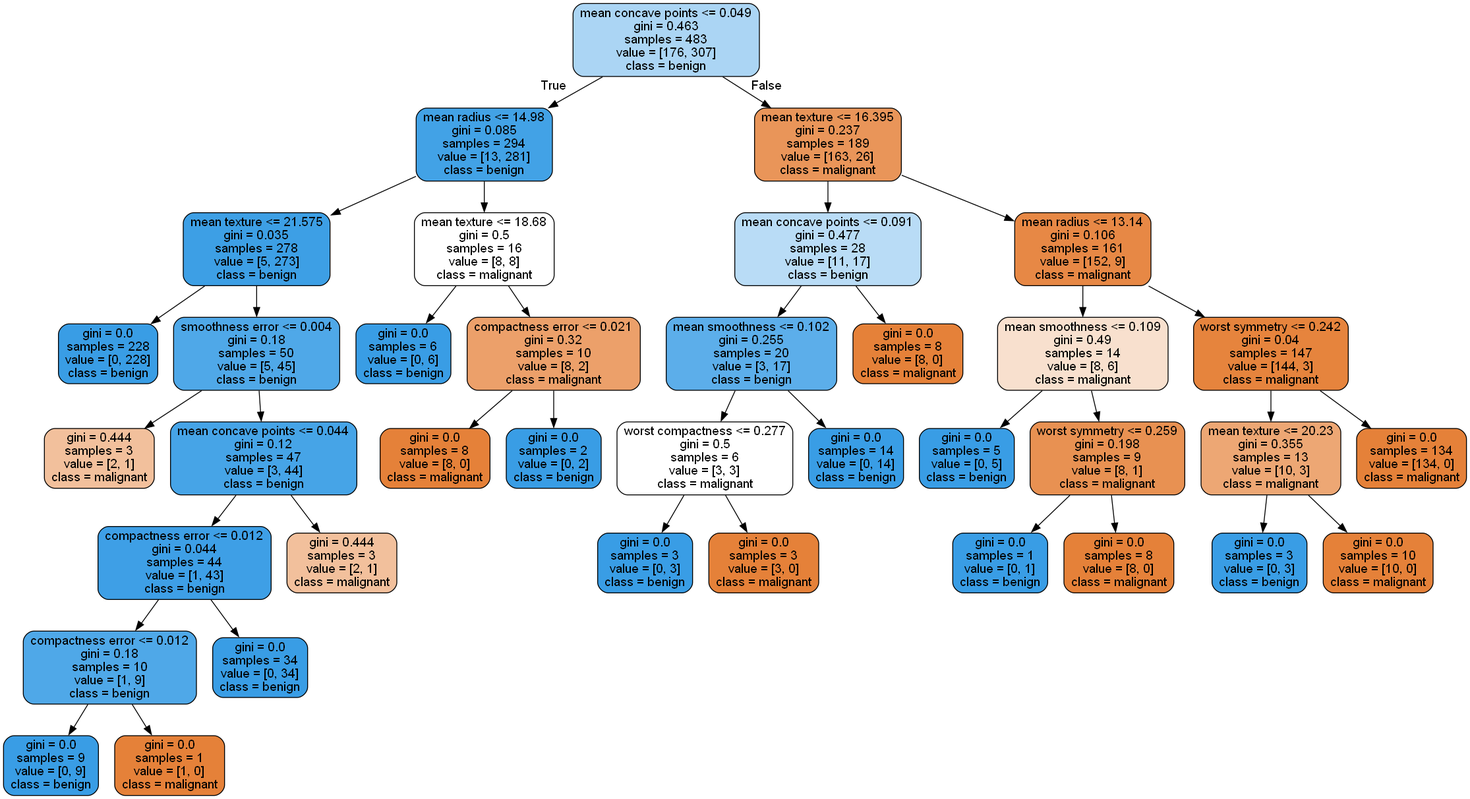
ellenxxxiao/images keeps this Graphviz diagram as tree_min_samples_split_5.png. Above is the earlier version. Its source is kept beside it as tree_min_samples_split_5.dot. Its diagram source:
```dot
digraph Tree {
node [shape=box, style="filled, rounded", color="black", fontname="helvetica"] ;
edge [fontname="helvetica"] ;
0 [label="mean concave points <= 0.049\ngini = 0.463\nsamples = 483\nvalue = [176, 307]\nclass = benign", fillcolor="#abd5f4"] ;
1 [label="mean radius <= 14.98\ngini = 0.085\nsamples = 294\nvalue = [13, 281]\nclass = benign", fillcolor="#42a2e6"] ;
0 -> 1 [labeldistance=2.5, labelangle=45, headlabel="True"] ;
2 [label="mean texture <= 21.575\ngini = 0.035\nsamples = 278\nvalue = [5, 273]\nclass = benign", fillcolor="#3d9fe5"] ;
1 -> 2 ;
3 [label="gini = 0.0\nsamples = 228\nvalue = [0, 228]\nclass = benign", fillcolor="#399de5"] ;
2 -> 3 ;
4 [label="smoothness error <= 0.004\ngini = 0.18\nsamples = 50\nvalue = [5, 45]\nclass = benign", fillcolor="#4fa8e8"] ;
2 -> 4 ;
5 [label="gini = 0.444\nsamples = 3\nvalue = [2, 1]\nclass = malignant", fillcolor="#f2c09c"] ;
4 -> 5 ;
6 [label="mean concave points <= 0.044\ngini = 0.12\nsamples = 47\nvalue = [3, 44]\nclass = benign", fillcolor="#46a4e7"] ;
4 -> 6 ;
7 [label="compactness error <= 0.012\ngini = 0.044\nsamples = 44\nvalue = [1, 43]\nclass = benign", fillcolor="#3e9fe6"] ;
6 -> 7 ;
8 [label="compactness error <= 0.012\ngini = 0.18\nsamples = 10\nvalue = [1, 9]\nclass = benign", fillcolor="#4fa8e8"] ;
7 -> 8 ;
9 [label="gini = 0.0\nsamples = 9\nvalue = [0, 9]\nclass = benign", fillcolor="#399de5"] ;
8 -> 9 ;
10 [label="gini = 0.0\nsamples = 1\nvalue = [1, 0]\nclass = malignant", fillcolor="#e58139"] ;
8 -> 10 ;
11 [label="gini = 0.0\nsamples = 34\nvalue = [0, 34]\nclass = benign", fillcolor="#399de5"] ;
7 -> 11 ;
12 [label="gini = 0.444\nsamples = 3\nvalue = [2, 1]\nclass = malignant", fillcolor="#f2c09c"] ;
6 -> 12 ;
13 [label="mean texture <= 18.68\ngini = 0.5\nsamples = 16\nvalue = [8, 8]\nclass = malignant", fillcolor="#ffffff"] ;
1 -> 13 ;
14 [label="gini = 0.0\nsamples = 6\nvalue = [0, 6]\nclass = benign", fillcolor="#399de5"] ;
13 -> 14 ;
15 [label="compactness error <= 0.021\ngini = 0.32\nsamples = 10\nvalue = [8, 2]\nclass = malignant", fillcolor="#eca06a"] ;
13 -> 15 ;
16 [label="gini = 0.0\nsamples = 8\nvalue = [8, 0]\nclass = malignant", fillcolor="#e58139"] ;
15 -> 16 ;
17 [label="gini = 0.0\nsamples = 2\nvalue = [0, 2]\nclass = benign", fillcolor="#399de5"] ;
15 -> 17 ;
18 [label="mean texture <= 16.395\ngini = 0.237\nsamples = 189\nvalue = [163, 26]\nclass = malignant", fillcolor="#e99559"] ;
0 -> 18 [labeldistance=2.5, labelangle=-45, headlabel="False"] ;
19 [label="mean concave points <= 0.091\ngini = 0.477\nsamples = 28\nvalue = [11, 17]\nclass = benign", fillcolor="#b9dcf6"] ;
18 -> 19 ;
20 [label="mean smoothness <= 0.102\ngini = 0.255\nsamples = 20\nvalue = [3, 17]\nclass = benign", fillcolor="#5caeea"] ;
19 -> 20 ;
21 [label="worst compactness <= 0.277\ngini = 0.5\nsamples = 6\nvalue = [3, 3]\nclass = malignant", fillcolor="#ffffff"] ;
20 -> 21 ;
22 [label="gini = 0.0\nsamples = 3\nvalue = [0, 3]\nclass = benign", fillcolor="#399de5"] ;
21 -> 22 ;
23 [label="gini = 0.0\nsamples = 3\nvalue = [3, 0]\nclass = malignant", fillcolor="#e58139"] ;
21 -> 23 ;
24 [label="gini = 0.0\nsamples = 14\nvalue = [0, 14]\nclass = benign", fillcolor="#399de5"] ;
20 -> 24 ;
25 [label="gini = 0.0\nsamples = 8\nvalue = [8, 0]\nclass = malignant", fillcolor="#e58139"] ;
19 -> 25 ;
26 [label="mean radius <= 13.14\ngini = 0.106\nsamples = 161\nvalue = [152, 9]\nclass = malignant", fillcolor="#e78845"] ;
18 -> 26 ;
27 [label="mean smoothness <= 0.109\ngini = 0.49\nsamples = 14\nvalue = [8, 6]\nclass = malignant", fillcolor="#f8e0ce"] ;
26 -> 27 ;
28 [label="gini = 0.0\nsamples = 5\nvalue = [0, 5]\nclass = benign", fillcolor="#399de5"] ;
27 -> 28 ;
29 [label="worst symmetry <= 0.259\ngini = 0.198\nsamples = 9\nvalue = [8, 1]\nclass = malignant", fillcolor="#e89152"] ;
27 -> 29 ;
30 [label="gini = 0.0\nsamples = 1\nvalue = [0, 1]\nclass = benign", fillcolor="#399de5"] ;
29 -> 30 ;
31 [label="gini = 0.0\nsamples = 8\nvalue = [8, 0]\nclass = malignant", fillcolor="#e58139"] ;
29 -> 31 ;
32 [label="worst symmetry <= 0.242\ngini = 0.04\nsamples = 147\nvalue = [144, 3]\nclass = malignant", fillcolor="#e6843d"] ;
26 -> 32 ;
33 [label="mean texture <= 20.23\ngini = 0.355\nsamples = 13\nvalue = [10, 3]\nclass = malignant", fillcolor="#eda774"] ;
32 -> 33 ;
34 [label="gini = 0.0\nsamples = 3\nvalue = [0, 3]\nclass = benign", fillcolor="#399de5"] ;
33 -> 34 ;
35 [label="gini = 0.0\nsamples = 10\nvalue = [10, 0]\nclass = malignant", fillcolor="#e58139"] ;
33 -> 35 ;
36 [label="gini = 0.0\nsamples = 134\nvalue = [134, 0]\nclass = malignant", fillcolor="#e58139"] ;
32 -> 36 ;
}
```
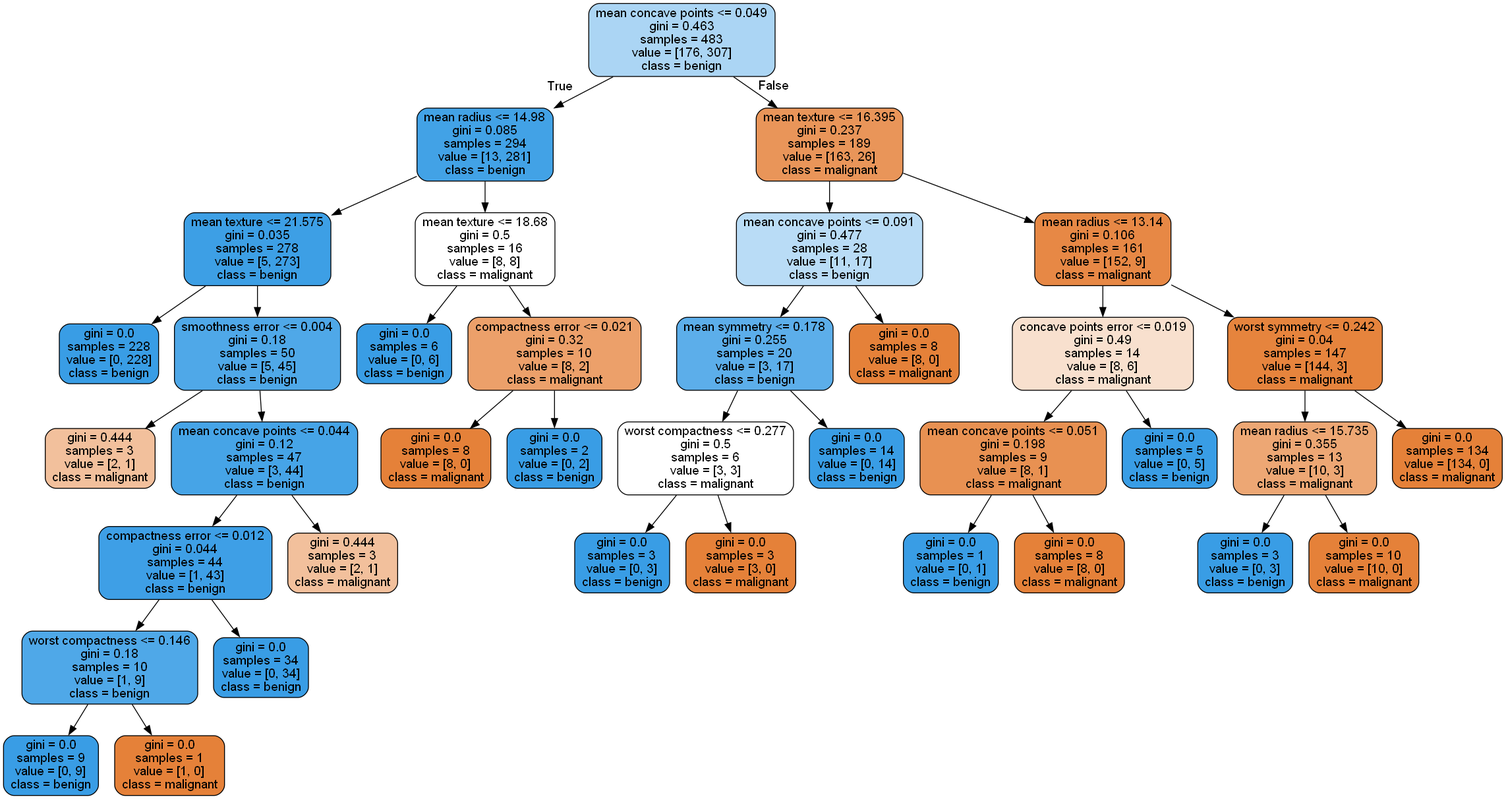
Later version of the same file.

Diff of the diagram source:
```diff
@@ -16,7 +16,7 @@
 4 -> 6 ;
 7 [label="compactness error <= 0.012\ngini = 0.044\nsamples = 44\nvalue = [1, 43]\nclass = benign", fillcolor="#3e9fe6"] ;
 6 -> 7 ;
-8 [label="compactness error <= 0.012\ngini = 0.18\nsamples = 10\nvalue = [1, 9]\nclass = benign", fillcolor="#4fa8e8"] ;
+8 [label="worst compactness <= 0.146\ngini = 0.18\nsamples = 10\nvalue = [1, 9]\nclass = benign", fillcolor="#4fa8e8"] ;
 7 -> 8 ;
 9 [label="gini = 0.0\nsamples = 9\nvalue = [0, 9]\nclass = benign", fillcolor="#399de5"] ;
 8 -> 9 ;
@@ -40,7 +40,7 @@
 0 -> 18 [labeldistance=2.5, labelangle=-45, headlabel="False"] ;
 19 [label="mean concave points <= 0.091\ngini = 0.477\nsamples = 28\nvalue = [11, 17]\nclass = benign", fillcolor="#b9dcf6"] ;
 18 -> 19 ;
-20 [label="mean smoothness <= 0.102\ngini = 0.255\nsamples = 20\nvalue = [3, 17]\nclass = benign", fillcolor="#5caeea"] ;
+20 [label="mean symmetry <= 0.178\ngini = 0.255\nsamples = 20\nvalue = [3, 17]\nclass = benign", fillcolor="#5caeea"] ;
 19 -> 20 ;
 21 [label="worst compactness <= 0.277\ngini = 0.5\nsamples = 6\nvalue = [3, 3]\nclass = malignant", fillcolor="#ffffff"] ;
 20 -> 21 ;
@@ -54,19 +54,19 @@
 19 -> 25 ;
 26 [label="mean radius <= 13.14\ngini = 0.106\nsamples = 161\nvalue = [152, 9]\nclass = malignant", fillcolor="#e78845"] ;
 18 -> 26 ;
-27 [label="mean smoothness <= 0.109\ngini = 0.49\nsamples = 14\nvalue = [8, 6]\nclass = malignant", fillcolor="#f8e0ce"] ;
+27 [label="concave points error <= 0.019\ngini = 0.49\nsamples = 14\nvalue = [8, 6]\nclass = malignant", fillcolor="#f8e0ce"] ;
 26 -> 27 ;
-28 [label="gini = 0.0\nsamples = 5\nvalue = [0, 5]\nclass = benign", fillcolor="#399de5"] ;
+28 [label="mean concave points <= 0.051\ngini = 0.198\nsamples = 9\nvalue = [8, 1]\nclass = malignant", fillcolor="#e89152"] ;
 27 -> 28 ;
-29 [label="worst symmetry <= 0.259\ngini = 0.198\nsamples = 9\nvalue = [8, 1]\nclass = malignant", fillcolor="#e89152"] ;
-27 -> 29 ;
-30 [label="gini = 0.0\nsamples = 1\nvalue = [0, 1]\nclass = benign", fillcolor="#399de5"] ;
-29 -> 30 ;
-31 [label="gini = 0.0\nsamples = 8\nvalue = [8, 0]\nclass = malignant", fillcolor="#e58139"] ;
-29 -> 31 ;
+29 [label="gini = 0.0\nsamples = 1\nvalue = [0, 1]\nclass = benign", fillcolor="#399de5"] ;
+28 -> 29 ;
+30 [label="gini = 0.0\nsamples = 8\nvalue = [8, 0]\nclass = malignant", fillcolor="#e58139"] ;
+28 -> 30 ;
+31 [label="gini = 0.0\nsamples = 5\nvalue = [0, 5]\nclass = benign", fillcolor="#399de5"] ;
+27 -> 31 ;
 32 [label="worst symmetry <= 0.242\ngini = 0.04\nsamples = 147\nvalue = [144, 3]\nclass = malignant", fillcolor="#e6843d"] ;
 26 -> 32 ;
-33 [label="mean texture <= 20.23\ngini = 0.355\nsamples = 13\nvalue = [10, 3]\nclass = malignant", fillcolor="#eda774"] ;
+33 [label="mean radius <= 15.735\ngini = 0.355\nsamples = 13\nvalue = [10, 3]\nclass = malignant", fillcolor="#eda774"] ;
 32 -> 33 ;
 34 [label="gini = 0.0\nsamples = 3\nvalue = [0, 3]\nclass = benign", fillcolor="#399de5"] ;
 33 -> 34 ;
```
